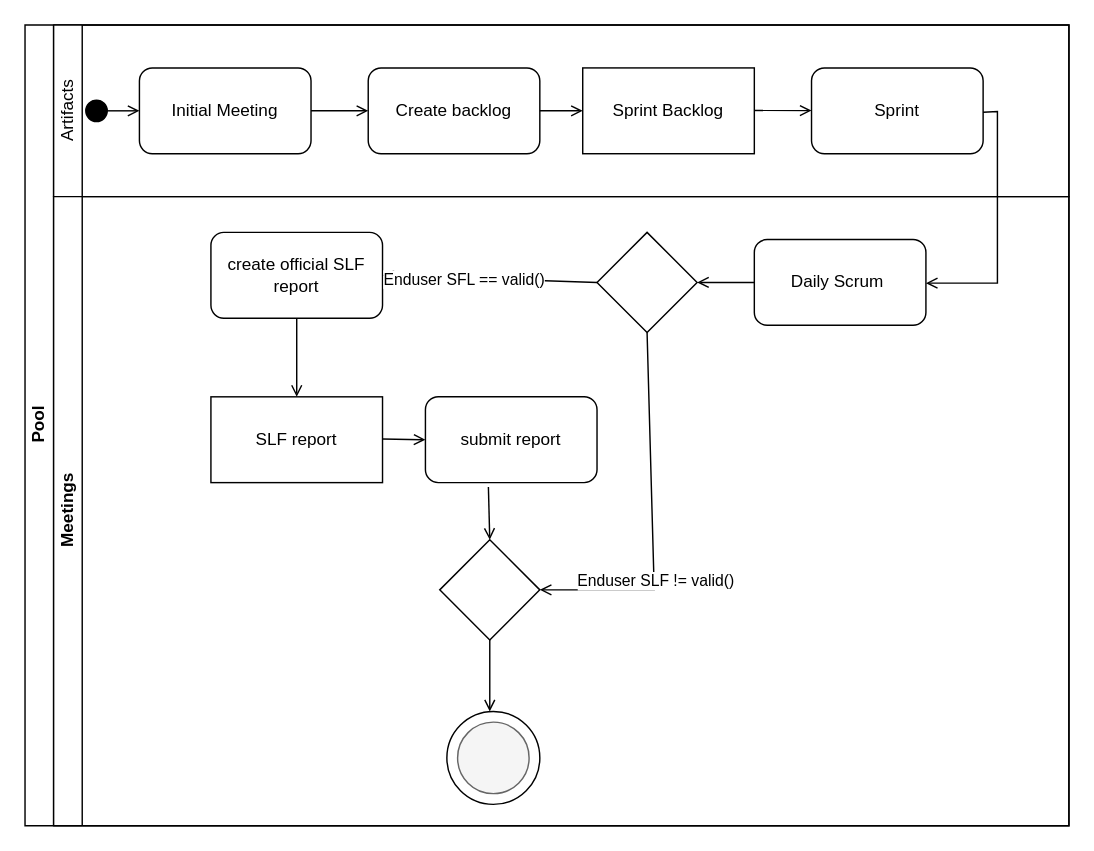
sirfan123/1530 keeps this draw.io diagram as Assignment3.drawio. Above is the earlier version. Source tidied: cells renumbered, new cells numbered last; positions are measured from the earlier drawing's top-left corner, leaving out a move shared by most shapes. Both pictures are drawn from the tidied source at 143%, with x=0, y=0 at pixel (24, 24).
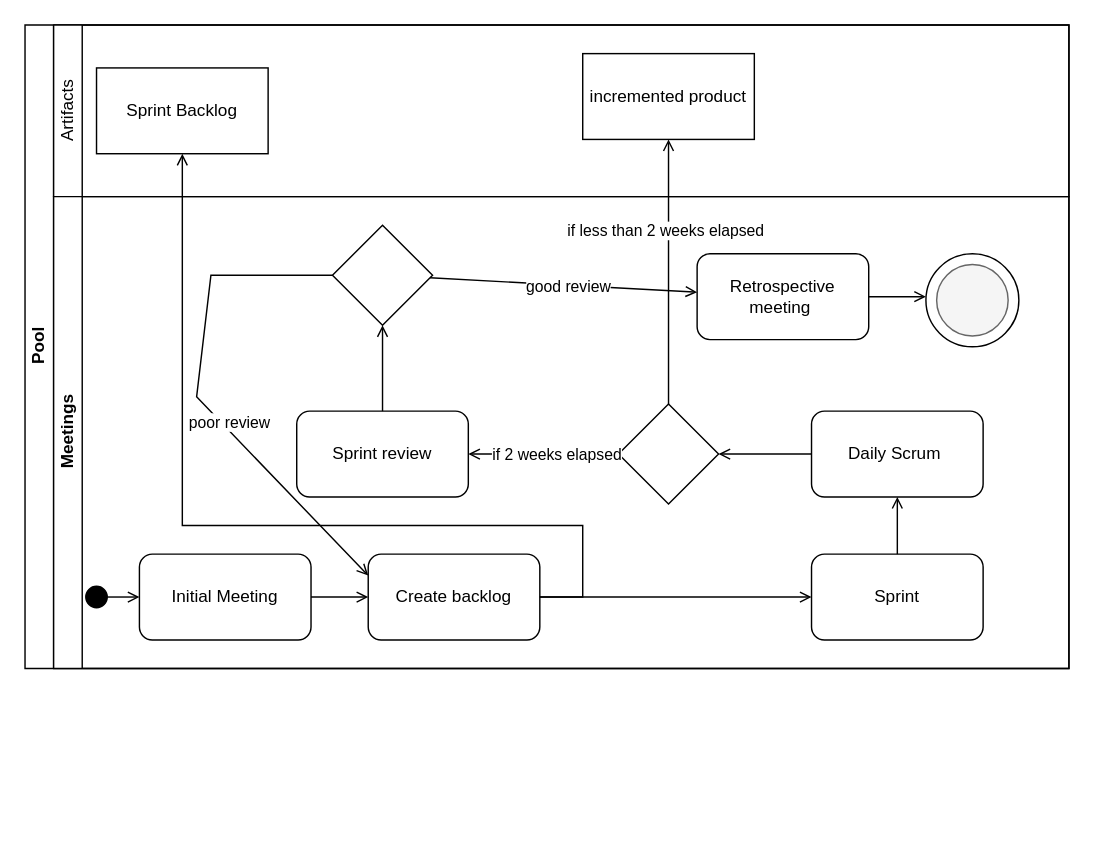
Above is the later version.

Unchanged cells that the change refers to:
```xml
<mxCell id="3" style="swimlane;html=1;startSize=20;horizontal=0;" parent="2" vertex="1">
  <mxGeometry x="20" width="710" height="120" as="geometry" />
</mxCell>
```

Diff of the diagram source:
```diff
@@
     <mxCell id="2" value="Pool" style="swimlane;html=1;horizontal=0;startSize=20;" parent="1" vertex="1">
-      <mxGeometry width="730" height="560" as="geometry" />
+      <mxGeometry width="730" height="450" as="geometry" />
     </mxCell>
@@
+    <mxCell id="8" value="Artifacts" style="text;html=1;strokeColor=none;fillColor=none;align=center;verticalAlign=middle;whiteSpace=wrap;rounded=0;rotation=-90;" parent="3" vertex="1">
+      <mxGeometry x="-20" y="45" width="60" height="30" as="geometry" />
+    </mxCell>
+    <mxCell id="32" value="incremented product" style="rounded=0;whiteSpace=wrap;html=1;" parent="3" vertex="1">
+      <mxGeometry x="370" y="20" width="120" height="60" as="geometry" />
+    </mxCell>
+    <mxCell id="9" value="Sprint Backlog" style="rounded=0;whiteSpace=wrap;html=1;" parent="3" vertex="1">
+      <mxGeometry x="30" y="30" width="120" height="60" as="geometry" />
+    </mxCell>
+    <mxCell id="13" value="Meetings" style="swimlane;html=1;startSize=20;horizontal=0;" parent="2" vertex="1">
+      <mxGeometry x="20" y="120" width="710" height="330" as="geometry" />
+    </mxCell>
+    <mxCell id="6" style="endArrow=open;html=1;rounded=0;endFill=0;startArrow=oval;startFill=1;endSize=6;targetPerimeterSpacing=0;sourcePerimeterSpacing=0;startSize=15;" parent="13" edge="1" target="11">
+      <mxGeometry relative="1" as="geometry">
+        <mxPoint x="30" y="280" as="sourcePoint" />
+      </mxGeometry>
+    </mxCell>
-    <mxCell id="4" value="Create backlog" style="rounded=1;whiteSpace=wrap;html=1;" parent="3" vertex="1">
-      <mxGeometry x="220" y="30" width="120" height="60" as="geometry" />
+    <mxCell id="4" value="Create backlog" style="rounded=1;whiteSpace=wrap;html=1;" parent="13" vertex="1">
+      <mxGeometry x="220" y="250" width="120" height="60" as="geometry" />
     </mxCell>
-    <mxCell id="5" style="endArrow=open;html=1;rounded=0;exitX=1;exitY=0.5;exitDx=0;exitDy=0;endFill=0;" parent="3" edge="1" source="4" target="9">
-      <mxGeometry relative="1" as="geometry" />
-    </mxCell>
-    <mxCell id="6" style="endArrow=open;html=1;rounded=0;endFill=0;startArrow=oval;startFill=1;endSize=6;targetPerimeterSpacing=0;sourcePerimeterSpacing=0;startSize=15;" parent="3" edge="1">
-      <mxGeometry relative="1" as="geometry">
-        <mxPoint x="30" y="60" as="sourcePoint" />
-        <mxPoint x="60" y="60" as="targetPoint" />
-      </mxGeometry>
-    </mxCell>
-    <mxCell id="7" style="endArrow=open;html=1;rounded=0;exitX=1;exitY=0.5;exitDx=0;exitDy=0;endFill=0;" parent="3" edge="1" target="10">
-      <mxGeometry relative="1" as="geometry">
-        <mxPoint x="430" y="59.5" as="sourcePoint" />
-      </mxGeometry>
+    <mxCell id="7" style="endArrow=open;html=1;rounded=0;endFill=0;" parent="13" edge="1" source="4" target="10">
+      <mxGeometry relative="1" as="geometry" />
     </mxCell>
-    <mxCell id="8" value="Artifacts" style="text;html=1;strokeColor=none;fillColor=none;align=center;verticalAlign=middle;whiteSpace=wrap;rounded=0;rotation=-90;" parent="3" vertex="1">
-      <mxGeometry x="-20" y="45" width="60" height="30" as="geometry" />
-    </mxCell>
-    <mxCell id="9" value="Sprint Backlog" style="rounded=0;whiteSpace=wrap;html=1;" parent="3" vertex="1">
-      <mxGeometry x="370" y="30" width="120" height="60" as="geometry" />
-    </mxCell>
-    <mxCell id="10" value="Sprint" style="rounded=1;whiteSpace=wrap;html=1;" parent="3" vertex="1">
-      <mxGeometry x="530" y="30" width="120" height="60" as="geometry" />
+    <mxCell id="10" value="Sprint" style="rounded=1;whiteSpace=wrap;html=1;" parent="13" vertex="1">
+      <mxGeometry x="530" y="250" width="120" height="60" as="geometry" />
     </mxCell>
-    <mxCell id="11" value="Initial Meeting" style="rounded=1;whiteSpace=wrap;html=1;" parent="3" vertex="1">
-      <mxGeometry x="60" y="30" width="120" height="60" as="geometry" />
+    <mxCell id="11" value="Initial Meeting" style="rounded=1;whiteSpace=wrap;html=1;" parent="13" vertex="1">
+      <mxGeometry x="60" y="250" width="120" height="60" as="geometry" />
     </mxCell>
-    <mxCell id="12" style="endArrow=open;html=1;rounded=0;endFill=0;" parent="3" edge="1" source="11" target="4">
+    <mxCell id="12" style="endArrow=open;html=1;rounded=0;endFill=0;" parent="13" edge="1" source="11" target="4">
       <mxGeometry relative="1" as="geometry" />
     </mxCell>
-    <mxCell id="13" value="Meetings" style="swimlane;html=1;startSize=20;horizontal=0;" parent="2" vertex="1">
-      <mxGeometry x="20" y="120" width="710" height="440" as="geometry" />
-    </mxCell>
-    <mxCell id="14" style="endArrow=open;html=1;rounded=0;endFill=0;" parent="13" edge="1">
-      <mxGeometry relative="1" as="geometry">
-        <mxPoint x="650" y="-59" as="sourcePoint" />
-        <mxPoint x="610" y="60.5" as="targetPoint" />
-        <Array as="points">
-          <mxPoint x="660" y="-59.5" />
-          <mxPoint x="660" y="60.5" />
-        </Array>
-      </mxGeometry>
-    </mxCell>
     <mxCell id="15" value="Daily Scrum&amp;nbsp;" style="rounded=1;whiteSpace=wrap;html=1;" parent="13" vertex="1">
-      <mxGeometry x="490" y="30" width="120" height="60" as="geometry" />
+      <mxGeometry x="530" y="150" width="120" height="60" as="geometry" />
     </mxCell>
-    <mxCell id="16" style="rhombus;whiteSpace=wrap;html=1;" parent="13" vertex="1">
-      <mxGeometry x="380" y="25" width="70" height="70" as="geometry" />
-    </mxCell>
-    <mxCell id="17" style="endArrow=open;html=1;rounded=0;exitX=0;exitY=0.5;exitDx=0;exitDy=0;endFill=0;entryX=1;entryY=0.5;entryDx=0;entryDy=0;" parent="13" edge="1" source="15" target="16">
-      <mxGeometry relative="1" as="geometry" />
-    </mxCell>
-    <mxCell id="18" value="create official SLF report" style="rounded=1;whiteSpace=wrap;html=1;" parent="13" vertex="1">
-      <mxGeometry x="110" y="25" width="120" height="60" as="geometry" />
-    </mxCell>
-    <mxCell id="19" style="endArrow=open;html=1;rounded=0;exitX=0;exitY=0.5;exitDx=0;exitDy=0;endFill=0;entryX=1;entryY=0.5;entryDx=0;entryDy=0;" parent="13" edge="1" source="16" target="18">
-      <mxGeometry relative="1" as="geometry" />
-    </mxCell>
-    <mxCell id="20" value="Enduser SFL == valid()" style="edgeLabel;html=1;align=center;verticalAlign=middle;" parent="19" vertex="1">
-      <mxGeometry x="0.25" y="1" relative="1" as="geometry" />
-    </mxCell>
-    <mxCell id="21" value="SLF report" style="rounded=0;whiteSpace=wrap;html=1;" parent="13" vertex="1">
-      <mxGeometry x="110" y="140" width="120" height="60" as="geometry" />
-    </mxCell>
-    <mxCell id="22" style="endArrow=open;html=1;rounded=0;exitX=1;exitY=0.5;exitDx=0;exitDy=0;endFill=0;" parent="13" edge="1">
-      <mxGeometry relative="1" as="geometry">
-        <mxPoint x="230" y="169.5" as="sourcePoint" />
-        <mxPoint x="260" y="170" as="targetPoint" />
-      </mxGeometry>
-    </mxCell>
-    <mxCell id="23" value="submit report" style="rounded=1;whiteSpace=wrap;html=1;" parent="13" vertex="1">
-      <mxGeometry x="260" y="140" width="120" height="60" as="geometry" />
-    </mxCell>
-    <mxCell id="24" style="endArrow=open;html=1;rounded=0;exitX=0.5;exitY=1;exitDx=0;exitDy=0;endFill=0;entryX=1;entryY=0.5;entryDx=0;entryDy=0;" parent="1" edge="1" source="16" target="26">
-      <mxGeometry relative="1" as="geometry">
-        <Array as="points">
-          <mxPoint x="440" y="395" />
-        </Array>
-      </mxGeometry>
-    </mxCell>
-    <mxCell id="25" value="Enduser SLF != valid()" style="edgeLabel;html=1;align=center;verticalAlign=middle;" parent="24" vertex="1">
-      <mxGeometry x="0.34" y="1" relative="1" as="geometry" />
-    </mxCell>
-    <mxCell id="26" style="rhombus;whiteSpace=wrap;html=1;" parent="1" vertex="1">
-      <mxGeometry x="290" y="360" width="70" height="70" as="geometry" />
-    </mxCell>
-    <mxCell id="27" style="endArrow=open;html=1;rounded=0;exitX=0.5;exitY=1;exitDx=0;exitDy=0;endFill=0;" parent="1" edge="1" source="26">
-      <mxGeometry relative="1" as="geometry">
-        <mxPoint x="325" y="480" as="targetPoint" />
-      </mxGeometry>
-    </mxCell>
+    <mxCell id="33" style="endArrow=open;html=1;rounded=0;endFill=0;" parent="13" edge="1" source="10" target="15">
+      <mxGeometry relative="1" as="geometry" />
+    </mxCell>
+    <mxCell id="34" style="rhombus;whiteSpace=wrap;html=1;" parent="13" vertex="1">
+      <mxGeometry x="395" y="145" width="70" height="70" as="geometry" />
+    </mxCell>
+    <mxCell id="35" style="endArrow=open;html=1;rounded=0;endFill=0;" parent="13" edge="1" source="15" target="34">
+      <mxGeometry relative="1" as="geometry" />
+    </mxCell>
+    <mxCell id="36" value="Sprint review" style="rounded=1;whiteSpace=wrap;html=1;" parent="13" vertex="1">
+      <mxGeometry x="170" y="150" width="120" height="60" as="geometry" />
+    </mxCell>
+    <mxCell id="37" style="endArrow=open;html=1;rounded=0;endFill=0;" parent="13" edge="1" source="34" target="36">
+      <mxGeometry relative="1" as="geometry" />
+    </mxCell>
+    <mxCell id="38" value="if 2 weeks elapsed" style="edgeLabel;html=1;align=center;verticalAlign=middle;" parent="37" vertex="1">
+      <mxGeometry x="0.18" y="2" relative="1" as="geometry">
+        <mxPoint x="18" y="-2" as="offset" />
+      </mxGeometry>
+    </mxCell>
+    <mxCell id="39" style="rhombus;whiteSpace=wrap;html=1;" parent="13" vertex="1">
+      <mxGeometry x="195" y="20" width="70" height="70" as="geometry" />
+    </mxCell>
+    <mxCell id="40" style="endArrow=open;html=1;rounded=0;endFill=0;entryX=0;entryY=0.25;entryDx=0;entryDy=0;" parent="13" edge="1" source="39" target="4">
+      <mxGeometry relative="1" as="geometry">
+        <Array as="points">
+          <mxPoint x="110" y="55" />
+          <mxPoint x="100" y="140" />
+        </Array>
+      </mxGeometry>
+    </mxCell>
+    <mxCell id="41" value="poor review" style="edgeLabel;html=1;align=center;verticalAlign=middle;" parent="40" vertex="1">
+      <mxGeometry x="0.12" y="-1" relative="1" as="geometry">
+        <mxPoint x="8" y="1" as="offset" />
+      </mxGeometry>
+    </mxCell>
+    <mxCell id="42" value="Retrospective meeting&amp;nbsp;" style="rounded=1;whiteSpace=wrap;html=1;" parent="13" vertex="1">
+      <mxGeometry x="450" y="40" width="120" height="60" as="geometry" />
+    </mxCell>
+    <mxCell id="43" style="endArrow=open;html=1;rounded=0;endFill=0;" parent="13" edge="1" source="39" target="42">
+      <mxGeometry relative="1" as="geometry" />
+    </mxCell>
+    <mxCell id="44" value="good review" style="edgeLabel;html=1;align=center;verticalAlign=middle;" parent="43" vertex="1">
+      <mxGeometry x="0.15" y="-1" relative="1" as="geometry">
+        <mxPoint x="-12" y="-1" as="offset" />
+      </mxGeometry>
+    </mxCell>
-    <mxCell id="28" style="ellipse;whiteSpace=wrap;html=1;" parent="1" vertex="1">
-      <mxGeometry x="295" y="480" width="65" height="65" as="geometry" />
+    <mxCell id="28" style="ellipse;whiteSpace=wrap;html=1;" parent="13" vertex="1">
+      <mxGeometry x="610" y="40" width="65" height="65" as="geometry" />
     </mxCell>
-    <mxCell id="29" style="ellipse;whiteSpace=wrap;html=1;fillColor=#f5f5f5;strokeColor=#666666;fontColor=#333333;" parent="1" vertex="1">
-      <mxGeometry x="302.5" y="487.5" width="50" height="50" as="geometry" />
+    <mxCell id="29" style="ellipse;whiteSpace=wrap;html=1;fillColor=#f5f5f5;strokeColor=#666666;fontColor=#333333;" parent="13" vertex="1">
+      <mxGeometry x="617.5" y="47.5" width="50" height="50" as="geometry" />
     </mxCell>
-    <mxCell id="30" style="endArrow=open;html=1;rounded=0;exitX=0.5;exitY=1;exitDx=0;exitDy=0;endFill=0;" parent="1" edge="1" source="18">
-      <mxGeometry relative="1" as="geometry">
-        <mxPoint x="190" y="260" as="targetPoint" />
-      </mxGeometry>
-    </mxCell>
-    <mxCell id="31" style="endArrow=open;html=1;rounded=0;exitX=0.367;exitY=1.05;exitDx=0;exitDy=0;endFill=0;entryX=0.5;entryY=0;entryDx=0;entryDy=0;exitPerimeter=0;" parent="1" edge="1" source="23" target="26">
-      <mxGeometry relative="1" as="geometry" />
-    </mxCell>
+    <mxCell id="5" style="endArrow=open;html=1;rounded=0;exitX=1;exitY=0.5;exitDx=0;exitDy=0;endFill=0;" parent="2" edge="1" source="4" target="9">
+      <mxGeometry relative="1" as="geometry">
+        <Array as="points">
+          <mxPoint x="390" y="400" />
+          <mxPoint x="390" y="350" />
+          <mxPoint x="110" y="350" />
+        </Array>
+      </mxGeometry>
+    </mxCell>
+    <mxCell id="45" style="endArrow=open;html=1;rounded=0;endFill=0;" parent="2" edge="1" source="34" target="32">
+      <mxGeometry relative="1" as="geometry" />
+    </mxCell>
+    <mxCell id="46" value="if less than 2 weeks elapsed" style="edgeLabel;html=1;align=center;verticalAlign=middle;" parent="45" vertex="1">
+      <mxGeometry x="0.32" y="3" relative="1" as="geometry" />
+    </mxCell>
+    <mxCell id="47" style="endArrow=open;html=1;rounded=0;endFill=0;" parent="1" edge="1" source="36">
+      <mxGeometry relative="1" as="geometry">
+        <mxPoint x="250" y="210" as="targetPoint" />
+      </mxGeometry>
+    </mxCell>
+    <mxCell id="48" style="endArrow=open;html=1;rounded=0;endFill=0;" parent="1" edge="1" source="42">
+      <mxGeometry relative="1" as="geometry">
+        <mxPoint x="630" y="190" as="targetPoint" />
+      </mxGeometry>
+    </mxCell>
```
